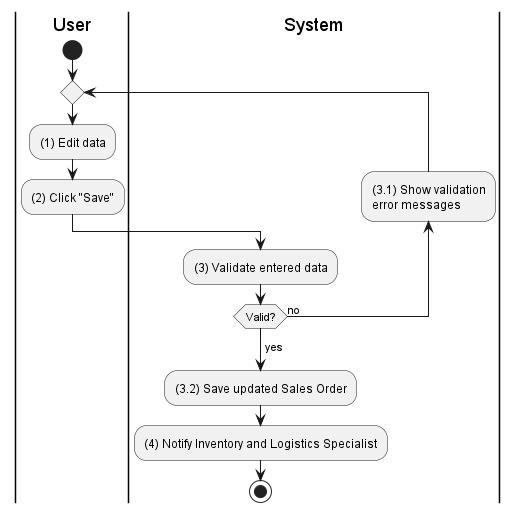
Earlier version of the PlantUML export activities/sales-order-update.png (phihungha/scmss-reqs). Its diagram source:
```plantuml
@startuml sales-order-update
|u|User
|s|System

|u|
start
repeat
    :(1) Edit data;
    :(2) Click "Save";

    |s|
    :(3) Validate entered data;
    backward:(3.1) Show validation
    error messages;
repeat while (Valid?) is (no)
->yes;
:(3.2) Save updated Sales Order;
:(4) Notify Inventory and Logistics Specialist;
stop
@enduml
```
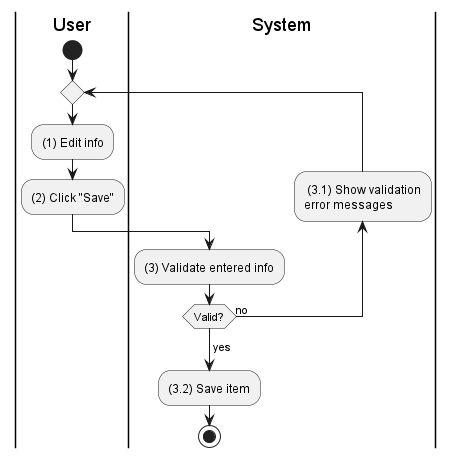
After the change.

The edit, as a diff of the source:
```diff
@@ -5,16 +5,14 @@
 |u|
 start
 repeat
-    :(1) Edit data;
+    :(1) Edit info;
     :(2) Click "Save";
 
     |s|
-    :(3) Validate entered data;
-    backward:(3.1) Show validation
-    error messages;
+    :(3) Validate entered info;
+    backward: (3.1) Show validation\nerror messages;
 repeat while (Valid?) is (no)
 ->yes;
-:(3.2) Save updated Sales Order;
-:(4) Notify Inventory and Logistics Specialist;
+:(3.2) Save item;
 stop
 @enduml
```
